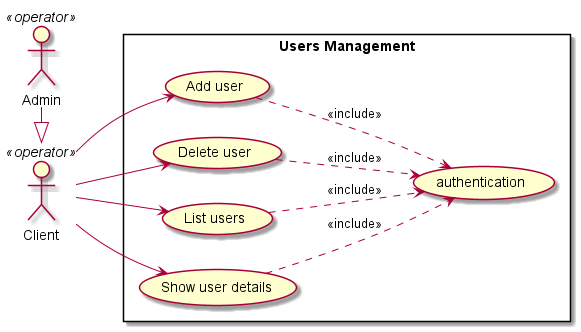
Before: diagrams/render/UseCases/UseCase_UsersManagement.png, a diagram exported from PlantUML (Xwyk/BileMo). Source of this version:
```plantuml
@startuml

left to right direction

Client    <<operator>> as client
Admin    <<operator>> as admin

rectangle "Users Management" {
  (Add user) as addUser
  (Delete user) as delUser
  (List users) as listUsers
  (Show user details) as showUser
  (authentication) as auth
}

client --> addUser
client --> delUser
client --> showUser
client --> listUsers

addUser ..> auth : <<include>>
delUser ..> auth : <<include>>
showUser ..> auth : <<include>>
listUsers ..> auth : <<include>>

admin -|> client

@enduml
```
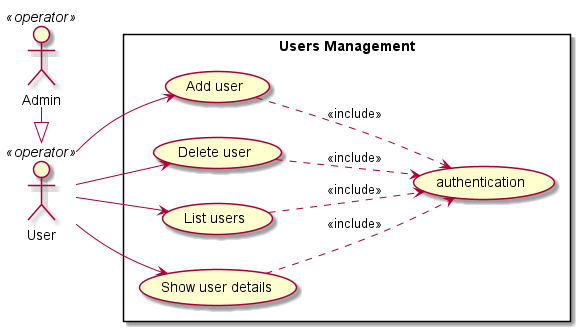
After the commit.

Diff of the diagram source:
```diff
@@ -2,7 +2,7 @@
 
 left to right direction
 
-Client    <<operator>> as client
+User    <<operator>> as user
 Admin    <<operator>> as admin
 
 rectangle "Users Management" {
@@ -13,16 +13,16 @@
   (authentication) as auth
 }
 
-client --> addUser
-client --> delUser
-client --> showUser
-client --> listUsers
+user --> addUser
+user --> delUser
+user --> showUser
+user --> listUsers
 
 addUser ..> auth : <<include>>
 delUser ..> auth : <<include>>
 showUser ..> auth : <<include>>
 listUsers ..> auth : <<include>>
 
-admin -|> client
+admin -|> user
 
 @enduml
```
